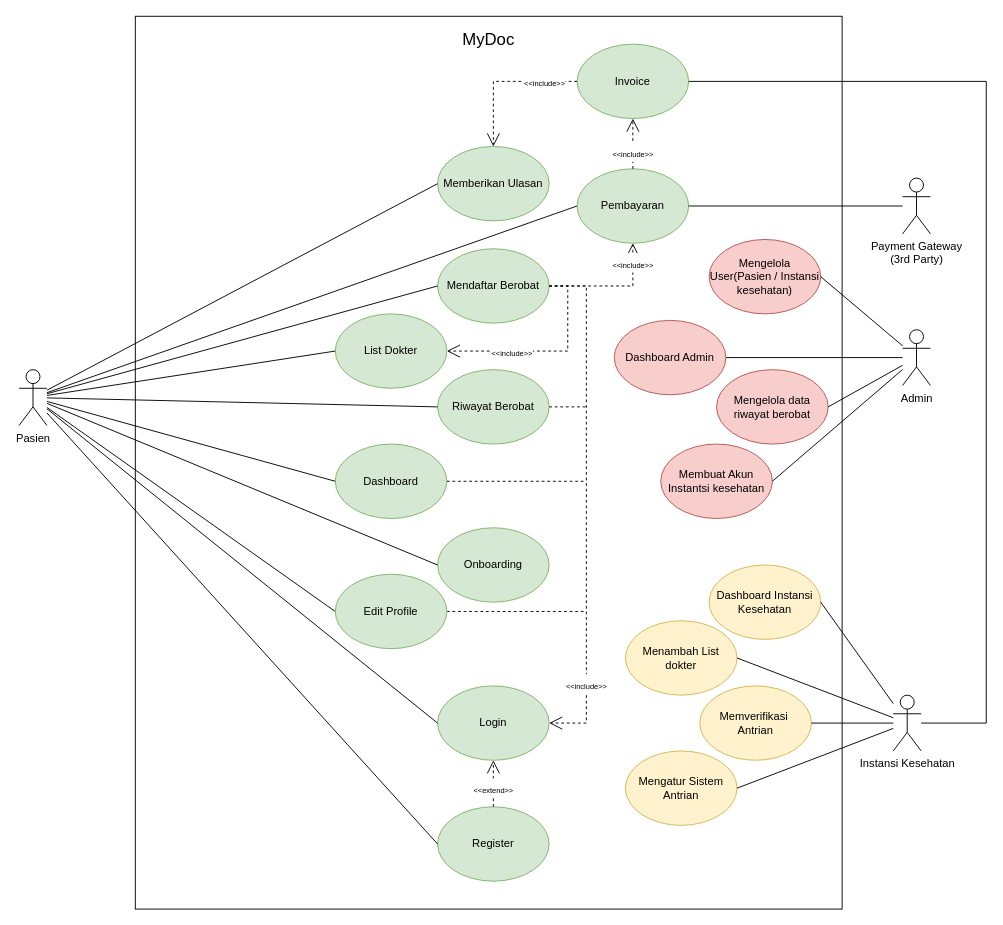
The draw.io diagram page "Revisi 1.1" (2 of 2) of documents/usecase_diagram.drawio in codernewbie04/MyDoc, before the edit. Source tidied: cells renumbered, new cells numbered last; positions are measured from the earlier drawing's top-left corner, leaving out a move shared by most shapes. Both pictures are drawn from the tidied source at 93%, with x=0, y=0 at pixel (19, 16).
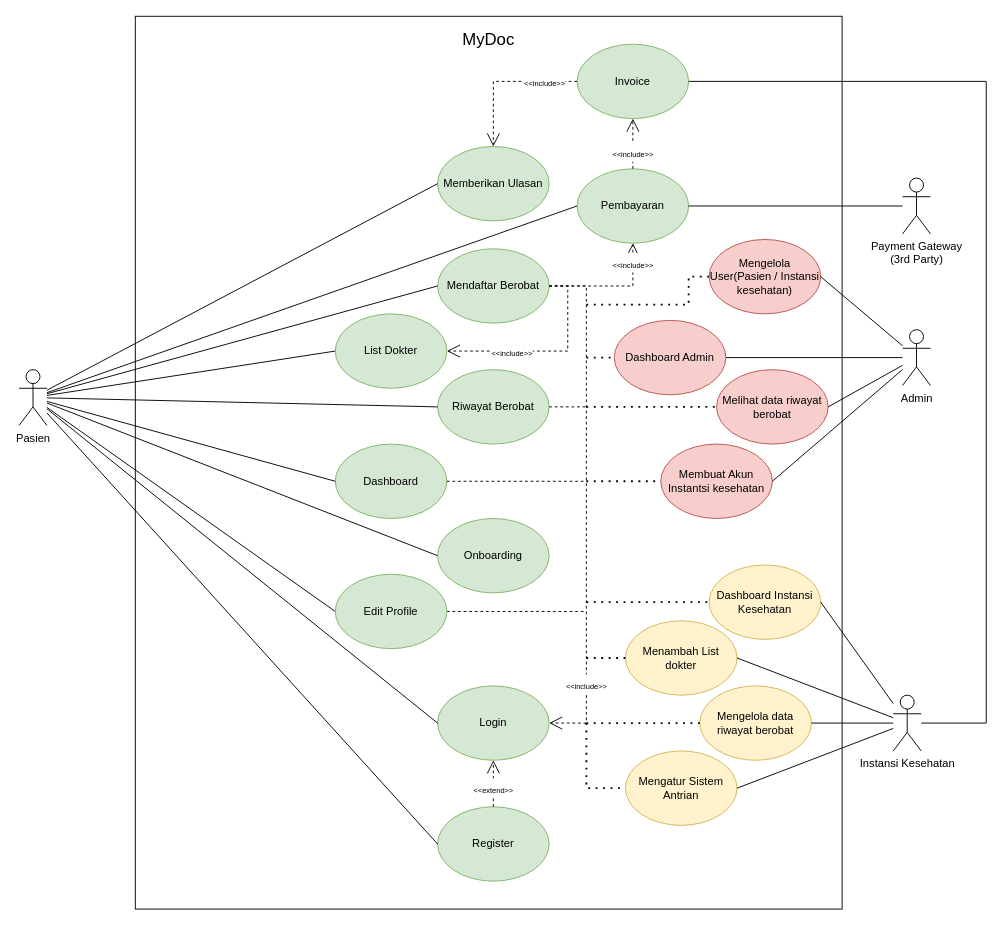
The same page after the edit.

Unchanged cells that the change refers to:
```xml
<mxCell id="38" value="Mengelola User(Pasien / Instansi kesehatan)" style="ellipse;whiteSpace=wrap;html=1;fillColor=#f8cecc;strokeColor=#b85450;" parent="1" vertex="1">
  <mxGeometry x="742" y="240" width="120" height="80" as="geometry" />
</mxCell>
<mxCell id="41" value="Dashboard Admin" style="ellipse;whiteSpace=wrap;html=1;fillColor=#f8cecc;strokeColor=#b85450;" parent="1" vertex="1">
  <mxGeometry x="640" y="327" width="120" height="80" as="geometry" />
</mxCell>
<mxCell id="42" value="Dashboard&amp;nbsp;&lt;span style=&quot;&quot;&gt;Instansi Kesehatan&lt;/span&gt;" style="ellipse;whiteSpace=wrap;html=1;fillColor=#fff2cc;strokeColor=#d6b656;" parent="1" vertex="1">
  <mxGeometry x="742" y="590" width="120" height="80" as="geometry" />
</mxCell>
<mxCell id="43" value="Membuat Akun Instantsi kesehatan" style="ellipse;whiteSpace=wrap;html=1;fillColor=#f8cecc;strokeColor=#b85450;" parent="1" vertex="1">
  <mxGeometry x="690" y="460" width="120" height="80" as="geometry" />
</mxCell>
<mxCell id="46" value="Menambah List dokter" style="ellipse;whiteSpace=wrap;html=1;fillColor=#fff2cc;strokeColor=#d6b656;" parent="1" vertex="1">
  <mxGeometry x="652" y="650" width="120" height="80" as="geometry" />
</mxCell>
<mxCell id="50" value="Mengatur Sistem Antrian" style="ellipse;whiteSpace=wrap;html=1;fillColor=#fff2cc;strokeColor=#d6b656;" parent="1" vertex="1">
  <mxGeometry x="652" y="790" width="120" height="80" as="geometry" />
</mxCell>
```

What changed in the source:
```diff
@@
     <mxCell id="12" value="Onboarding" style="ellipse;whiteSpace=wrap;html=1;fillColor=#d5e8d4;strokeColor=#82b366;" parent="1" vertex="1">
-      <mxGeometry x="450" y="550" width="120" height="80" as="geometry" />
+      <mxGeometry x="450" y="540" width="120" height="80" as="geometry" />
     </mxCell>
@@
-    <mxCell id="49" value="Memverifikasi&amp;nbsp;&lt;br&gt;Antrian" style="ellipse;whiteSpace=wrap;html=1;fillColor=#fff2cc;strokeColor=#d6b656;" parent="1" vertex="1">
+    <mxCell id="49" value="Mengelola data riwayat berobat" style="ellipse;whiteSpace=wrap;html=1;fillColor=#fff2cc;strokeColor=#d6b656;" parent="1" vertex="1">
       <mxGeometry x="732" y="720" width="120" height="80" as="geometry" />
     </mxCell>
@@
-    <mxCell id="54" value="Mengelola data riwayat berobat" style="ellipse;whiteSpace=wrap;html=1;fillColor=#f8cecc;strokeColor=#b85450;" parent="1" vertex="1">
+    <mxCell id="54" value="Melihat data riwayat berobat" style="ellipse;whiteSpace=wrap;html=1;fillColor=#f8cecc;strokeColor=#b85450;" parent="1" vertex="1">
       <mxGeometry x="750" y="380" width="120" height="80" as="geometry" />
     </mxCell>
@@
+    <mxCell id="56" style="endArrow=none;dashed=1;html=1;dashPattern=1 3;strokeWidth=2;rounded=0;entryX=0;entryY=0.5;entryDx=0;entryDy=0;" parent="1" edge="1" target="41">
+      <mxGeometry relative="1" as="geometry">
+        <mxPoint x="610" y="367" as="sourcePoint" />
+      </mxGeometry>
+    </mxCell>
+    <mxCell id="57" style="endArrow=none;dashed=1;html=1;dashPattern=1 3;strokeWidth=2;rounded=0;entryX=0;entryY=0.5;entryDx=0;entryDy=0;" parent="1" edge="1" target="38">
+      <mxGeometry relative="1" as="geometry">
+        <mxPoint x="610" y="310" as="sourcePoint" />
+        <Array as="points">
+          <mxPoint x="720" y="310" />
+          <mxPoint x="720" y="280" />
+        </Array>
+      </mxGeometry>
+    </mxCell>
+    <mxCell id="58" style="endArrow=none;dashed=1;html=1;dashPattern=1 3;strokeWidth=2;rounded=0;entryX=0;entryY=0.5;entryDx=0;entryDy=0;" parent="1" edge="1" target="54">
+      <mxGeometry relative="1" as="geometry">
+        <mxPoint x="610" y="420" as="sourcePoint" />
+      </mxGeometry>
+    </mxCell>
+    <mxCell id="59" style="endArrow=none;dashed=1;html=1;dashPattern=1 3;strokeWidth=2;rounded=0;entryX=0;entryY=0.5;entryDx=0;entryDy=0;" parent="1" edge="1" target="43">
+      <mxGeometry relative="1" as="geometry">
+        <mxPoint x="610" y="500" as="sourcePoint" />
+      </mxGeometry>
+    </mxCell>
+    <mxCell id="60" style="endArrow=none;dashed=1;html=1;dashPattern=1 3;strokeWidth=2;rounded=0;entryX=0;entryY=0.5;entryDx=0;entryDy=0;" parent="1" edge="1" target="42">
+      <mxGeometry relative="1" as="geometry">
+        <mxPoint x="610" y="630" as="sourcePoint" />
+      </mxGeometry>
+    </mxCell>
+    <mxCell id="61" style="endArrow=none;dashed=1;html=1;dashPattern=1 3;strokeWidth=2;rounded=0;entryX=0;entryY=0.5;entryDx=0;entryDy=0;" parent="1" edge="1" target="46">
+      <mxGeometry relative="1" as="geometry">
+        <mxPoint x="610" y="690" as="sourcePoint" />
+      </mxGeometry>
+    </mxCell>
+    <mxCell id="62" style="endArrow=none;dashed=1;html=1;dashPattern=1 3;strokeWidth=2;rounded=0;entryX=0;entryY=0.5;entryDx=0;entryDy=0;" parent="1" edge="1" target="49">
+      <mxGeometry relative="1" as="geometry">
+        <mxPoint x="610" y="760" as="sourcePoint" />
+      </mxGeometry>
+    </mxCell>
+    <mxCell id="63" style="endArrow=none;dashed=1;html=1;dashPattern=1 3;strokeWidth=2;rounded=0;entryX=0;entryY=0.5;entryDx=0;entryDy=0;" parent="1" edge="1" target="50">
+      <mxGeometry relative="1" as="geometry">
+        <mxPoint x="610" y="760" as="sourcePoint" />
+        <Array as="points">
+          <mxPoint x="610" y="830" />
+        </Array>
+      </mxGeometry>
+    </mxCell>
```
